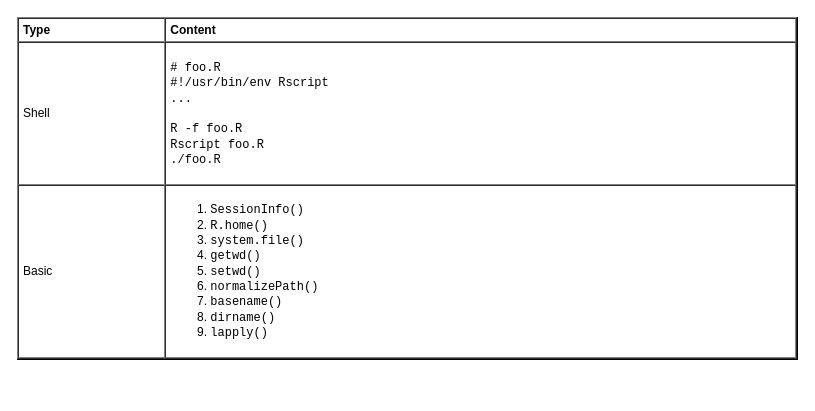
Before: page "Syntax" (4 of 8) of languages/R/R.drawio in yangdj/tf_docs, a draw.io diagram. Source tidied: cells renumbered, new cells numbered last; positions are measured from the earlier drawing's top-left corner, leaving out a move shared by most shapes. Both pictures are drawn from the tidied source at 100%, with x=0, y=0 at pixel (17, 17).
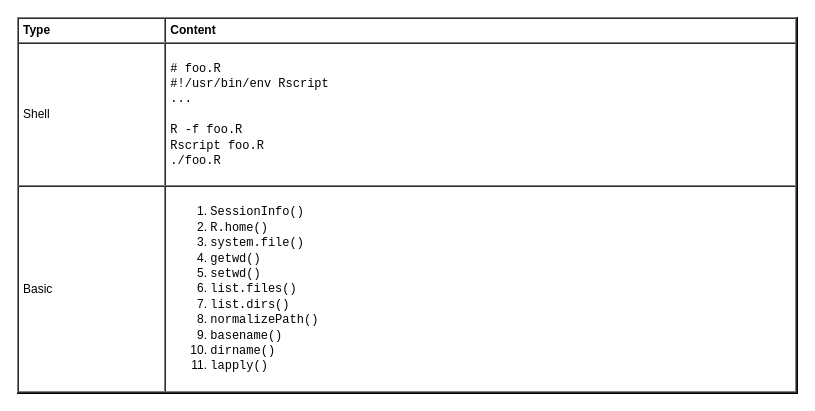
The same page after the edit.

The edit, as a diff of the source:
```diff
@@
 <mxGraphModel>
   <root>
     <mxCell id="0" />
     <mxCell id="1" parent="0" />
-    <mxCell id="2" value="&lt;table cellpadding=&quot;4&quot; cellspacing=&quot;0&quot; border=&quot;1&quot; style=&quot;font-size: 1em ; width: 100% ; height: 100%&quot;&gt;&lt;tbody&gt;&lt;tr&gt;&lt;th&gt;Type&lt;/th&gt;&lt;th&gt;Content&lt;/th&gt;&lt;/tr&gt;&lt;tr&gt;&lt;td&gt;Shell&lt;/td&gt;&lt;td&gt;&lt;p&gt;&lt;/p&gt;&lt;font face=&quot;Courier New&quot;&gt;# foo.R&lt;br&gt;#!/usr/bin/env Rscript&lt;br&gt;...&lt;br&gt;&lt;br&gt;R -f foo.R&lt;br&gt;Rscript foo.R&lt;br&gt;./foo.R&lt;/font&gt;&lt;p&gt;&lt;/p&gt;&lt;/td&gt;&lt;/tr&gt;&lt;tr&gt;&lt;td&gt;Basic&lt;/td&gt;&lt;td&gt;&lt;ol&gt;&lt;li&gt;&lt;font face=&quot;Courier New&quot;&gt;SessionInfo()&lt;/font&gt;&lt;/li&gt;&lt;li&gt;&lt;font face=&quot;Courier New&quot;&gt;R.home()&lt;/font&gt;&lt;/li&gt;&lt;li&gt;&lt;font face=&quot;Courier New&quot;&gt;system.file()&lt;/font&gt;&lt;/li&gt;&lt;li&gt;&lt;font face=&quot;Courier New&quot;&gt;getwd()&lt;/font&gt;&lt;/li&gt;&lt;li&gt;&lt;font face=&quot;Courier New&quot;&gt;setwd()&lt;/font&gt;&lt;/li&gt;&lt;li&gt;&lt;font face=&quot;Courier New&quot;&gt;normalizePath()&lt;/font&gt;&lt;/li&gt;&lt;li&gt;&lt;font face=&quot;Courier New&quot;&gt;basename()&lt;/font&gt;&lt;/li&gt;&lt;li&gt;&lt;font face=&quot;Courier New&quot;&gt;dirname()&lt;/font&gt;&lt;/li&gt;&lt;li&gt;&lt;font face=&quot;Courier New&quot;&gt;lapply()&lt;/font&gt;&lt;/li&gt;&lt;/ol&gt;&lt;/td&gt;&lt;/tr&gt;&lt;/tbody&gt;&lt;/table&gt; " style="verticalAlign=top;align=left;overflow=fill;fontSize=12;fontFamily=Helvetica;html=1;fillColor=none;" parent="1" vertex="1">
-      <mxGeometry width="780" height="342" as="geometry" />
+    <mxCell id="2" value="&lt;table cellpadding=&quot;4&quot; cellspacing=&quot;0&quot; border=&quot;1&quot; style=&quot;font-size: 1em ; width: 100% ; height: 100%&quot;&gt;&lt;tbody&gt;&lt;tr&gt;&lt;th&gt;Type&lt;/th&gt;&lt;th&gt;Content&lt;/th&gt;&lt;/tr&gt;&lt;tr&gt;&lt;td&gt;Shell&lt;/td&gt;&lt;td&gt;&lt;p&gt;&lt;/p&gt;&lt;font face=&quot;Courier New&quot;&gt;# foo.R&lt;br&gt;#!/usr/bin/env Rscript&lt;br&gt;...&lt;br&gt;&lt;br&gt;R -f foo.R&lt;br&gt;Rscript foo.R&lt;br&gt;./foo.R&lt;/font&gt;&lt;p&gt;&lt;/p&gt;&lt;/td&gt;&lt;/tr&gt;&lt;tr&gt;&lt;td&gt;Basic&lt;/td&gt;&lt;td&gt;&lt;ol&gt;&lt;li&gt;&lt;font face=&quot;Courier New&quot;&gt;SessionInfo()&lt;/font&gt;&lt;/li&gt;&lt;li&gt;&lt;font face=&quot;Courier New&quot;&gt;R.home()&lt;/font&gt;&lt;/li&gt;&lt;li&gt;&lt;font face=&quot;Courier New&quot;&gt;system.file()&lt;/font&gt;&lt;/li&gt;&lt;li&gt;&lt;font face=&quot;Courier New&quot;&gt;getwd()&lt;/font&gt;&lt;/li&gt;&lt;li&gt;&lt;font face=&quot;Courier New&quot;&gt;setwd()&lt;/font&gt;&lt;/li&gt;&lt;li&gt;&lt;font face=&quot;Courier New&quot;&gt;list.files()&lt;/font&gt;&lt;/li&gt;&lt;li&gt;&lt;font face=&quot;Courier New&quot;&gt;list.dirs()&lt;/font&gt;&lt;/li&gt;&lt;li&gt;&lt;font face=&quot;Courier New&quot;&gt;normalizePath()&lt;/font&gt;&lt;/li&gt;&lt;li&gt;&lt;font face=&quot;Courier New&quot;&gt;basename()&lt;/font&gt;&lt;/li&gt;&lt;li&gt;&lt;font face=&quot;Courier New&quot;&gt;dirname()&lt;/font&gt;&lt;/li&gt;&lt;li&gt;&lt;font face=&quot;Courier New&quot;&gt;lapply()&lt;/font&gt;&lt;/li&gt;&lt;/ol&gt;&lt;/td&gt;&lt;/tr&gt;&lt;/tbody&gt;&lt;/table&gt; " style="verticalAlign=top;align=left;overflow=fill;fontSize=12;fontFamily=Helvetica;html=1;fillColor=none;" parent="1" vertex="1">
+      <mxGeometry width="780" height="376" as="geometry" />
     </mxCell>
   </root>
 </mxGraphModel>
```
